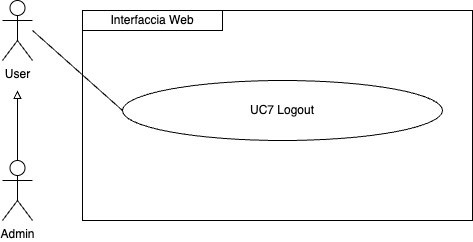
ShameIRL/farmacode keeps this draw.io diagram as imgs/Uml/UC7.png. Above is the earlier version. Source tidied: cells renumbered, new cells last; positions are measured from the earlier drawing's top-left corner, leaving out a move shared by most shapes. Source of this version:
```xml
<mxGraphModel>
  <root>
    <mxCell id="0" />
    <mxCell id="1" parent="0" />
    <mxCell id="2" style="edgeStyle=orthogonalEdgeStyle;rounded=0;jettySize=auto;html=1;exitX=0.5;exitY=0;exitDx=0;exitDy=0;exitPerimeter=0;endArrow=block;endFill=0;" parent="1" edge="1" source="3">
      <mxGeometry relative="1" as="geometry">
        <mxPoint x="15" y="90" as="targetPoint" />
      </mxGeometry>
    </mxCell>
    <mxCell id="3" value="Admin" style="shape=umlActor;verticalLabelPosition=bottom;verticalAlign=top;html=1;outlineConnect=0;" parent="1" vertex="1">
      <mxGeometry y="160" width="30" height="60" as="geometry" />
    </mxCell>
    <mxCell id="4" value="UC7&amp;nbsp;Logout" style="ellipse;whiteSpace=wrap;html=1;" parent="1" vertex="1">
      <mxGeometry x="120" y="80" width="320" height="60" as="geometry" />
    </mxCell>
    <mxCell id="5" value="User" style="shape=umlActor;verticalLabelPosition=bottom;verticalAlign=top;html=1;" parent="1" vertex="1">
      <mxGeometry width="30" height="60" as="geometry" />
    </mxCell>
    <mxCell id="6" style="endArrow=none;html=1;rounded=0;entryX=0;entryY=0.5;entryDx=0;entryDy=0;" parent="1" edge="1" target="4">
      <mxGeometry relative="1" as="geometry">
        <mxPoint x="30" y="30" as="sourcePoint" />
      </mxGeometry>
    </mxCell>
    <mxCell id="7" style="rounded=0;whiteSpace=wrap;html=1;fillColor=none;" parent="1" vertex="1">
      <mxGeometry x="80" y="10" width="390" height="210" as="geometry" />
    </mxCell>
    <mxCell id="8" value="Interfaccia Web" style="rounded=0;whiteSpace=wrap;html=1;" parent="1" vertex="1">
      <mxGeometry x="80" y="10" width="140" height="20" as="geometry" />
    </mxCell>
  </root>
</mxGraphModel>
```
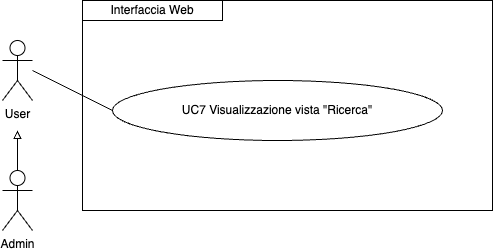
Later version of the same file.

Diff of the diagram source:
```diff
@@ -2,30 +2,30 @@
   <root>
     <mxCell id="0" />
     <mxCell id="1" parent="0" />
-    <mxCell id="2" style="edgeStyle=orthogonalEdgeStyle;rounded=0;jettySize=auto;html=1;exitX=0.5;exitY=0;exitDx=0;exitDy=0;exitPerimeter=0;endArrow=block;endFill=0;" parent="1" edge="1" source="3">
-      <mxGeometry relative="1" as="geometry">
-        <mxPoint x="15" y="90" as="targetPoint" />
-      </mxGeometry>
-    </mxCell>
+    <mxCell id="5" value="User" style="shape=umlActor;verticalLabelPosition=bottom;verticalAlign=top;html=1;" parent="1" vertex="1">
+      <mxGeometry y="40" width="30" height="60" as="geometry" />
+    </mxCell>
+    <mxCell id="9" style="endArrow=none;html=1;rounded=0;entryX=0;entryY=0.5;entryDx=0;entryDy=0;" parent="1" edge="1" target="10">
+      <mxGeometry relative="1" as="geometry">
+        <mxPoint x="30" y="70" as="sourcePoint" />
+      </mxGeometry>
+    </mxCell>
+    <mxCell id="8" value="Interfaccia Web" style="rounded=0;whiteSpace=wrap;html=1;" parent="1" vertex="1">
+      <mxGeometry x="80" width="140" height="20" as="geometry" />
+    </mxCell>
+    <mxCell id="10" value="UC7 Visualizzazione vista &quot;Ricerca&quot;" style="ellipse;whiteSpace=wrap;html=1;" parent="1" vertex="1">
+      <mxGeometry x="110" y="80" width="330" height="60" as="geometry" />
+    </mxCell>
+    <mxCell id="11" style="rounded=0;whiteSpace=wrap;html=1;fillColor=none;" parent="1" vertex="1">
+      <mxGeometry x="80" width="410" height="210" as="geometry" />
+    </mxCell>
     <mxCell id="3" value="Admin" style="shape=umlActor;verticalLabelPosition=bottom;verticalAlign=top;html=1;outlineConnect=0;" parent="1" vertex="1">
-      <mxGeometry y="160" width="30" height="60" as="geometry" />
+      <mxGeometry y="170" width="30" height="60" as="geometry" />
     </mxCell>
-    <mxCell id="4" value="UC7&amp;nbsp;Logout" style="ellipse;whiteSpace=wrap;html=1;" parent="1" vertex="1">
-      <mxGeometry x="120" y="80" width="320" height="60" as="geometry" />
-    </mxCell>
-    <mxCell id="5" value="User" style="shape=umlActor;verticalLabelPosition=bottom;verticalAlign=top;html=1;" parent="1" vertex="1">
-      <mxGeometry width="30" height="60" as="geometry" />
-    </mxCell>
-    <mxCell id="6" style="endArrow=none;html=1;rounded=0;entryX=0;entryY=0.5;entryDx=0;entryDy=0;" parent="1" edge="1" target="4">
-      <mxGeometry relative="1" as="geometry">
-        <mxPoint x="30" y="30" as="sourcePoint" />
-      </mxGeometry>
-    </mxCell>
-    <mxCell id="7" style="rounded=0;whiteSpace=wrap;html=1;fillColor=none;" parent="1" vertex="1">
-      <mxGeometry x="80" y="10" width="390" height="210" as="geometry" />
-    </mxCell>
-    <mxCell id="8" value="Interfaccia Web" style="rounded=0;whiteSpace=wrap;html=1;" parent="1" vertex="1">
-      <mxGeometry x="80" y="10" width="140" height="20" as="geometry" />
-    </mxCell>
+    <mxCell id="12" style="endArrow=block;html=1;rounded=0;exitX=0.5;exitY=0;exitDx=0;exitDy=0;exitPerimeter=0;endFill=0;" parent="1" edge="1" source="3">
+      <mxGeometry relative="1" as="geometry">
+        <mxPoint x="15" y="130" as="targetPoint" />
+      </mxGeometry>
+    </mxCell>
   </root>
 </mxGraphModel>
```
